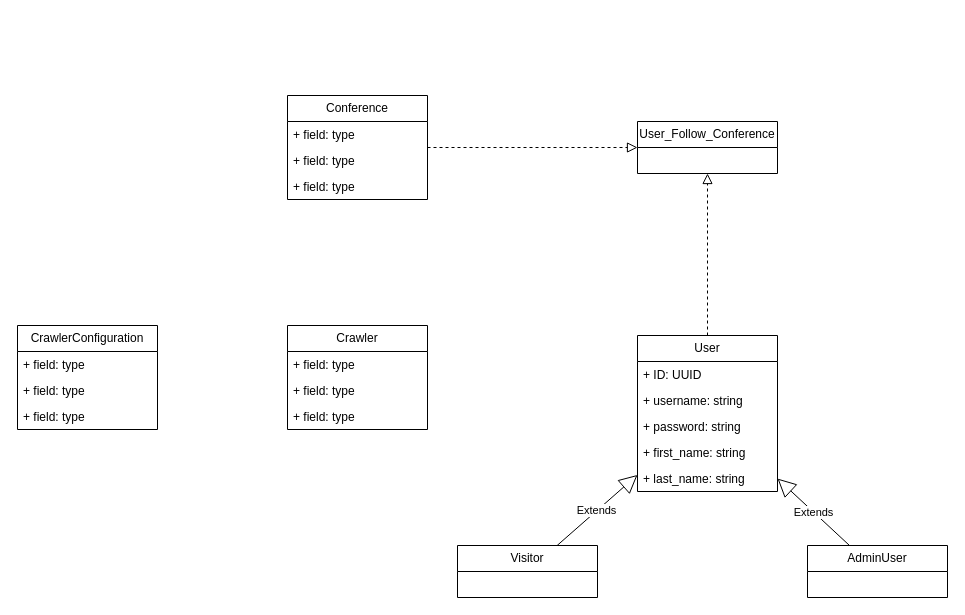
Technologie-Logicielle/spiderbot keeps this draw.io diagram as page "Class" (2 of 2) of Diagram/Use Case.drawio. Above is the earlier version. Source tidied: cells renumbered, new cells numbered last; positions are measured from the earlier drawing's top-left corner, leaving out a move shared by most shapes. Both pictures are drawn from the tidied source at 100%, with x=0, y=0 at pixel (17, 95).
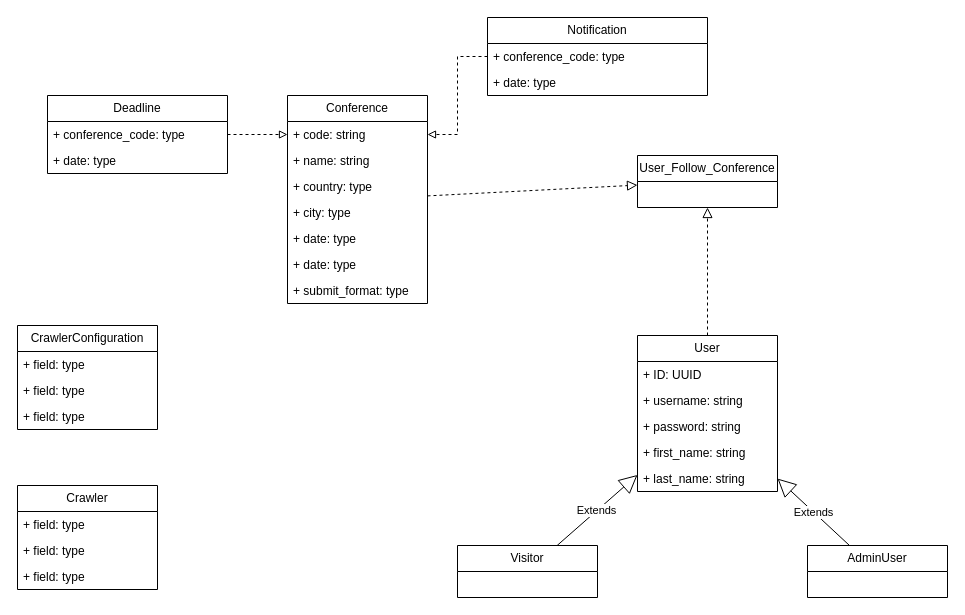
The same page after the edit.

Change to the diagram source:
```diff
@@
     <mxCell id="2" value="Conference" style="swimlane;fontStyle=0;horizontal=1;startSize=26;fillColor=none;whiteSpace=wrap;html=1;" parent="1" vertex="1">
-      <mxGeometry x="270" width="140" height="104" as="geometry" />
+      <mxGeometry x="270" width="140" height="208" as="geometry" />
     </mxCell>
-    <mxCell id="3" value="+ field: type" style="text;strokeColor=none;fillColor=none;align=left;verticalAlign=top;spacingLeft=4;spacingRight=4;overflow=hidden;points=[[0,0.5],[1,0.5]];portConstraint=eastwest;whiteSpace=wrap;html=1;" parent="2" vertex="1">
+    <mxCell id="3" value="+ code: string" style="text;strokeColor=none;fillColor=none;align=left;verticalAlign=top;spacingLeft=4;spacingRight=4;overflow=hidden;points=[[0,0.5],[1,0.5]];portConstraint=eastwest;whiteSpace=wrap;html=1;" parent="2" vertex="1">
       <mxGeometry y="26" width="140" height="26" as="geometry" />
     </mxCell>
-    <mxCell id="4" value="+ field: type" style="text;strokeColor=none;fillColor=none;align=left;verticalAlign=top;spacingLeft=4;spacingRight=4;overflow=hidden;whiteSpace=wrap;html=1;" parent="2" vertex="1">
+    <mxCell id="4" value="+ name: string" style="text;strokeColor=none;fillColor=none;align=left;verticalAlign=top;spacingLeft=4;spacingRight=4;overflow=hidden;whiteSpace=wrap;html=1;" parent="2" vertex="1">
       <mxGeometry y="52" width="140" height="26" as="geometry" />
     </mxCell>
-    <mxCell id="5" value="+ field: type" style="text;strokeColor=none;fillColor=none;align=left;verticalAlign=top;spacingLeft=4;spacingRight=4;overflow=hidden;whiteSpace=wrap;html=1;" parent="2" vertex="1">
+    <mxCell id="5" value="+ country: type" style="text;strokeColor=none;fillColor=none;align=left;verticalAlign=top;spacingLeft=4;spacingRight=4;overflow=hidden;whiteSpace=wrap;html=1;" parent="2" vertex="1">
       <mxGeometry y="78" width="140" height="26" as="geometry" />
     </mxCell>
+    <mxCell id="27" value="+ city: type" style="text;strokeColor=none;fillColor=none;align=left;verticalAlign=top;spacingLeft=4;spacingRight=4;overflow=hidden;whiteSpace=wrap;html=1;" parent="2" vertex="1">
+      <mxGeometry y="104" width="140" height="26" as="geometry" />
+    </mxCell>
+    <mxCell id="28" value="+ date: type" style="text;strokeColor=none;fillColor=none;align=left;verticalAlign=top;spacingLeft=4;spacingRight=4;overflow=hidden;whiteSpace=wrap;html=1;" parent="2" vertex="1">
+      <mxGeometry y="130" width="140" height="26" as="geometry" />
+    </mxCell>
+    <mxCell id="29" value="+ date: type" style="text;strokeColor=none;fillColor=none;align=left;verticalAlign=top;spacingLeft=4;spacingRight=4;overflow=hidden;whiteSpace=wrap;html=1;" parent="2" vertex="1">
+      <mxGeometry y="156" width="140" height="26" as="geometry" />
+    </mxCell>
+    <mxCell id="30" value="+ submit_format: type" style="text;strokeColor=none;fillColor=none;align=left;verticalAlign=top;spacingLeft=4;spacingRight=4;overflow=hidden;whiteSpace=wrap;html=1;" parent="2" vertex="1">
+      <mxGeometry y="182" width="140" height="26" as="geometry" />
+    </mxCell>
     <mxCell id="6" value="Crawler" style="swimlane;fontStyle=0;horizontal=1;startSize=26;fillColor=none;whiteSpace=wrap;html=1;" parent="1" vertex="1">
-      <mxGeometry x="270" y="230" width="140" height="104" as="geometry" />
+      <mxGeometry y="390" width="140" height="104" as="geometry" />
     </mxCell>
@@
     <mxCell id="20" value="User_Follow_Conference" style="swimlane;fontStyle=0;horizontal=1;startSize=26;fillColor=none;whiteSpace=wrap;html=1;" parent="1" vertex="1">
-      <mxGeometry x="620" y="26" width="140" height="52" as="geometry" />
+      <mxGeometry x="620" y="60" width="140" height="52" as="geometry" />
     </mxCell>
@@
+    <mxCell id="31" value="Deadline" style="swimlane;fontStyle=0;horizontal=1;startSize=26;fillColor=none;whiteSpace=wrap;html=1;" parent="1" vertex="1">
+      <mxGeometry x="30" width="180" height="78" as="geometry" />
+    </mxCell>
+    <mxCell id="32" value="+ conference_code: type" style="text;strokeColor=none;fillColor=none;align=left;verticalAlign=top;spacingLeft=4;spacingRight=4;overflow=hidden;points=[[0,0.5],[1,0.5]];portConstraint=eastwest;whiteSpace=wrap;html=1;" parent="31" vertex="1">
+      <mxGeometry y="26" width="180" height="26" as="geometry" />
+    </mxCell>
+    <mxCell id="33" value="+ date: type" style="text;strokeColor=none;fillColor=none;align=left;verticalAlign=top;spacingLeft=4;spacingRight=4;overflow=hidden;whiteSpace=wrap;html=1;" parent="31" vertex="1">
+      <mxGeometry y="52" width="180" height="26" as="geometry" />
+    </mxCell>
+    <mxCell id="34" style="edgeStyle=orthogonalEdgeStyle;rounded=0;jettySize=auto;html=1;exitX=1;exitY=0.5;exitDx=0;exitDy=0;entryX=0;entryY=0.5;entryDx=0;entryDy=0;dashed=1;endArrow=block;endFill=0;" parent="1" edge="1" source="32" target="3">
+      <mxGeometry relative="1" as="geometry" />
+    </mxCell>
+    <mxCell id="35" value="Notification" style="swimlane;fontStyle=0;horizontal=1;startSize=26;fillColor=none;whiteSpace=wrap;html=1;" parent="1" vertex="1">
+      <mxGeometry x="470" y="-78" width="220" height="78" as="geometry" />
+    </mxCell>
+    <mxCell id="36" value="+ conference_code: type" style="text;strokeColor=none;fillColor=none;align=left;verticalAlign=top;spacingLeft=4;spacingRight=4;overflow=hidden;points=[[0,0.5],[1,0.5]];portConstraint=eastwest;whiteSpace=wrap;html=1;" parent="35" vertex="1">
+      <mxGeometry y="26" width="220" height="26" as="geometry" />
+    </mxCell>
+    <mxCell id="37" value="+ date: type" style="text;strokeColor=none;fillColor=none;align=left;verticalAlign=top;spacingLeft=4;spacingRight=4;overflow=hidden;whiteSpace=wrap;html=1;" parent="35" vertex="1">
+      <mxGeometry y="52" width="220" height="26" as="geometry" />
+    </mxCell>
+    <mxCell id="38" style="edgeStyle=orthogonalEdgeStyle;rounded=0;jettySize=auto;html=1;exitX=0;exitY=0.5;exitDx=0;exitDy=0;entryX=1;entryY=0.5;entryDx=0;entryDy=0;endArrow=block;endFill=0;dashed=1;" parent="1" edge="1" source="36" target="3">
+      <mxGeometry relative="1" as="geometry" />
+    </mxCell>
```
